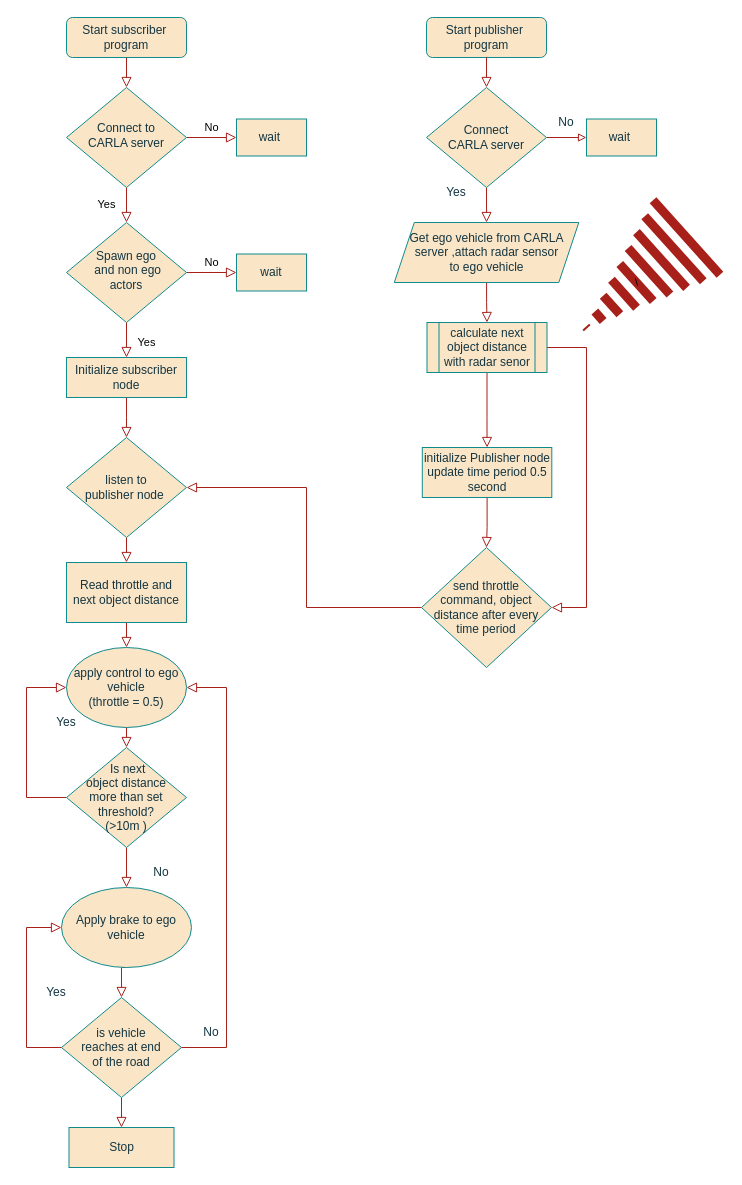
bapukokare/assignment keeps this draw.io diagram as POC.drawio. Above is the earlier version. Source tidied: cells renumbered, new cells numbered last; positions are measured from the earlier drawing's top-left corner, leaving out a move shared by most shapes. Both pictures are drawn from the tidied source at 100%, with x=0, y=0 at pixel (26, 17).
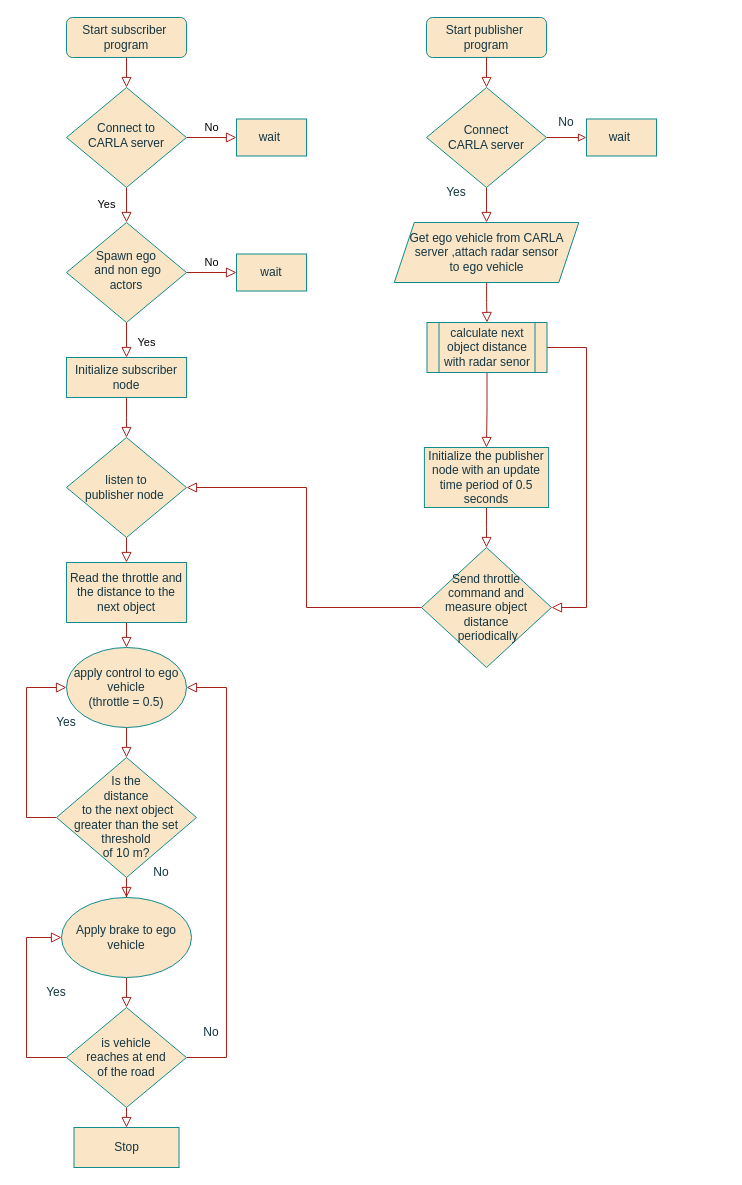
After the change.

Unchanged cells that the change refers to:
```xml
<mxCell id="36" value="apply control to ego vehicle&lt;br&gt;(throttle = 0.5)" style="ellipse;whiteSpace=wrap;html=1;rounded=1;shadow=0;glass=0;strokeWidth=1;fontFamily=Helvetica;fontSize=12;labelBackgroundColor=none;fillColor=#FAE5C7;strokeColor=#0F8B8D;fontColor=#143642;" parent="1" vertex="1">
  <mxGeometry x="40" y="630" width="120" height="80" as="geometry" />
</mxCell>
<mxCell id="49" value="calculate next object distance with radar senor" style="shape=process;whiteSpace=wrap;html=1;backgroundOutline=1;rounded=0;glass=0;strokeWidth=1;shadow=0;labelBackgroundColor=none;fillColor=#FAE5C7;strokeColor=#0F8B8D;fontColor=#143642;" parent="1" vertex="1">
  <mxGeometry x="400.5" y="305" width="120" height="50" as="geometry" />
</mxCell>
```

What changed in the source:
```diff
@@
-    <mxCell id="17" value="Read throttle and next object distance" style="whiteSpace=wrap;html=1;rounded=0;glass=0;strokeWidth=1;shadow=0;labelBackgroundColor=none;fillColor=#FAE5C7;strokeColor=#0F8B8D;fontColor=#143642;" parent="1" vertex="1">
+    <mxCell id="17" value="Read the throttle and the distance to the next object" style="whiteSpace=wrap;html=1;rounded=0;glass=0;strokeWidth=1;shadow=0;labelBackgroundColor=none;fillColor=#FAE5C7;strokeColor=#0F8B8D;fontColor=#143642;" parent="1" vertex="1">
       <mxGeometry x="40" y="545" width="120" height="60" as="geometry" />
     </mxCell>
@@
-    <mxCell id="27" value="initialize Publisher node update time period 0.5 second" style="whiteSpace=wrap;html=1;rounded=0;glass=0;strokeWidth=1;shadow=0;labelBackgroundColor=none;fillColor=#FAE5C7;strokeColor=#0F8B8D;fontColor=#143642;" parent="1" vertex="1">
-      <mxGeometry x="395.8" y="430" width="129.5" height="50" as="geometry" />
+    <mxCell id="27" value="Initialize the publisher node with an update time period of 0.5 seconds" style="whiteSpace=wrap;html=1;rounded=0;glass=0;strokeWidth=1;shadow=0;labelBackgroundColor=none;fillColor=#FAE5C7;strokeColor=#0F8B8D;fontColor=#143642;" parent="1" vertex="1">
+      <mxGeometry x="397.9" y="430" width="124.2" height="60" as="geometry" />
     </mxCell>
@@
-    <mxCell id="29" value="&lt;font style=&quot;font-size: 12px;&quot;&gt;send throttle&lt;br&gt;command, object distance after every time period&lt;/font&gt;" style="rhombus;whiteSpace=wrap;html=1;rounded=0;glass=0;strokeWidth=1;shadow=0;labelBackgroundColor=none;fillColor=#FAE5C7;strokeColor=#0F8B8D;fontColor=#143642;" parent="1" vertex="1">
+    <mxCell id="29" value="Send throttle &lt;br&gt;command and &lt;br&gt;measure object distance&lt;br&gt;&amp;nbsp;periodically" style="rhombus;whiteSpace=wrap;html=1;rounded=0;glass=0;strokeWidth=1;shadow=0;labelBackgroundColor=none;fillColor=#FAE5C7;strokeColor=#0F8B8D;fontColor=#143642;" parent="1" vertex="1">
       <mxGeometry x="395" y="530" width="130" height="120" as="geometry" />
     </mxCell>
@@
     <mxCell id="32" style="edgeStyle=orthogonalEdgeStyle;rounded=0;jettySize=auto;html=1;fontFamily=Helvetica;fontSize=11;fontColor=default;entryX=0;entryY=0.5;entryDx=0;entryDy=0;exitX=0;exitY=0.5;exitDx=0;exitDy=0;labelBackgroundColor=none;endArrow=block;endFill=0;endSize=8;strokeWidth=1;shadow=0;strokeColor=#A8201A;" parent="1" edge="1" source="34" target="36">
       <mxGeometry relative="1" as="geometry">
         <Array as="points">
-          <mxPoint y="780" />
+          <mxPoint y="800" />
           <mxPoint y="670" />
-          <mxPoint x="40" y="670" />
         </Array>
       </mxGeometry>
     </mxCell>
@@
-    <mxCell id="34" value="&amp;nbsp;Is next &lt;br&gt;object&amp;nbsp;distance &lt;br&gt;more than set&lt;br&gt;threshold? &lt;br&gt;(&amp;gt;10m )" style="rhombus;whiteSpace=wrap;html=1;rounded=0;glass=0;strokeWidth=1;shadow=0;labelBackgroundColor=none;fillColor=#FAE5C7;strokeColor=#0F8B8D;fontColor=#143642;" parent="1" vertex="1">
-      <mxGeometry x="40" y="730" width="120" height="100" as="geometry" />
+    <mxCell id="34" value="Is the &lt;br&gt;distance&lt;br&gt;&amp;nbsp;to the next object &lt;br&gt;greater than the set threshold &lt;br&gt;of 10 m?" style="rhombus;whiteSpace=wrap;html=1;rounded=0;glass=0;strokeWidth=1;shadow=0;labelBackgroundColor=none;fillColor=#FAE5C7;strokeColor=#0F8B8D;fontColor=#143642;" parent="1" vertex="1">
+      <mxGeometry x="30" y="740" width="140" height="120" as="geometry" />
     </mxCell>
@@
     <mxCell id="40" value="Apply brake to ego vehicle" style="ellipse;whiteSpace=wrap;html=1;rounded=0;glass=0;strokeWidth=1;shadow=0;labelBackgroundColor=none;fillColor=#FAE5C7;strokeColor=#0F8B8D;fontColor=#143642;" parent="1" vertex="1">
-      <mxGeometry x="35" y="870" width="130" height="80" as="geometry" />
+      <mxGeometry x="35" y="880" width="130" height="80" as="geometry" />
     </mxCell>
     <mxCell id="41" style="edgeStyle=orthogonalEdgeStyle;rounded=0;jettySize=auto;html=1;exitX=0;exitY=0.5;exitDx=0;exitDy=0;entryX=0;entryY=0.5;entryDx=0;entryDy=0;labelBackgroundColor=none;endArrow=block;endFill=0;endSize=8;strokeWidth=1;shadow=0;fontColor=default;strokeColor=#A8201A;" parent="1" edge="1" source="44" target="40">
       <mxGeometry relative="1" as="geometry">
         <Array as="points">
-          <mxPoint y="1030" />
-          <mxPoint y="910" />
+          <mxPoint y="1040" />
+          <mxPoint y="920" />
         </Array>
       </mxGeometry>
     </mxCell>
     <mxCell id="42" style="edgeStyle=orthogonalEdgeStyle;rounded=0;jettySize=auto;html=1;entryX=1;entryY=0.5;entryDx=0;entryDy=0;labelBackgroundColor=none;endArrow=block;endFill=0;endSize=8;strokeWidth=1;shadow=0;fontColor=default;strokeColor=#A8201A;" parent="1" edge="1" source="44" target="36">
       <mxGeometry relative="1" as="geometry">
         <Array as="points">
-          <mxPoint x="200" y="1030" />
+          <mxPoint x="200" y="1040" />
           <mxPoint x="200" y="670" />
         </Array>
       </mxGeometry>
     </mxCell>
@@
     <mxCell id="44" value="is vehicle&lt;br&gt;reaches at end &lt;br&gt;of the road" style="rhombus;whiteSpace=wrap;html=1;rounded=0;glass=0;strokeWidth=1;shadow=0;labelBackgroundColor=none;fillColor=#FAE5C7;strokeColor=#0F8B8D;fontColor=#143642;" parent="1" vertex="1">
-      <mxGeometry x="35" y="980" width="120" height="100" as="geometry" />
+      <mxGeometry x="40" y="990" width="120" height="100" as="geometry" />
     </mxCell>
@@
+    <mxCell id="48" style="edgeStyle=orthogonalEdgeStyle;rounded=0;jettySize=auto;html=1;entryX=1;entryY=0.5;entryDx=0;entryDy=0;labelBackgroundColor=none;endArrow=block;endFill=0;endSize=8;strokeWidth=1;shadow=0;strokeColor=#A8201A;fontColor=default;" parent="1" edge="1" source="49" target="29">
+      <mxGeometry relative="1" as="geometry">
+        <Array as="points">
+          <mxPoint x="560" y="330" />
+          <mxPoint x="560" y="590" />
+        </Array>
+      </mxGeometry>
+    </mxCell>
-    <mxCell id="47" style="edgeStyle=orthogonalEdgeStyle;rounded=0;jettySize=auto;html=1;exitX=0.5;exitY=1;exitDx=0;exitDy=0;entryX=0.5;entryY=0;entryDx=0;entryDy=0;labelBackgroundColor=none;endArrow=block;endFill=0;endSize=8;strokeWidth=1;shadow=0;fontColor=default;strokeColor=#A8201A;" parent="1" edge="1" source="49" target="27">
-      <mxGeometry relative="1" as="geometry">
-        <Array as="points">
-          <mxPoint x="460" y="400" />
-          <mxPoint x="460" y="400" />
-        </Array>
-      </mxGeometry>
+    <mxCell id="47" style="edgeStyle=orthogonalEdgeStyle;rounded=0;jettySize=auto;html=1;entryX=0.5;entryY=0;entryDx=0;entryDy=0;labelBackgroundColor=none;endArrow=block;strokeColor=#A8201A;endFill=0;endSize=8;strokeWidth=1;shadow=0;" parent="1" edge="1" source="49" target="27">
+      <mxGeometry relative="1" as="geometry" />
     </mxCell>
-    <mxCell id="48" style="edgeStyle=orthogonalEdgeStyle;rounded=0;jettySize=auto;html=1;entryX=1;entryY=0.5;entryDx=0;entryDy=0;labelBackgroundColor=none;endArrow=block;endFill=0;endSize=8;strokeWidth=1;shadow=0;strokeColor=#A8201A;fontColor=default;" parent="1" edge="1" source="49" target="29">
-      <mxGeometry relative="1" as="geometry">
-        <Array as="points">
-          <mxPoint x="560" y="330" />
-          <mxPoint x="560" y="590" />
-        </Array>
-      </mxGeometry>
-    </mxCell>
@@
-    <mxCell id="50" value="\" style="shape=mxgraph.arrows2.wedgeArrowDashed2;html=1;startWidth=50;stepSize=15;rounded=0;strokeWidth=9;labelBackgroundColor=none;fontColor=default;fillColor=#FAE5C7;strokeColor=#A8201A;" parent="1" edge="1">
-      <mxGeometry relative="1" as="geometry">
-        <mxPoint x="660" y="220" as="sourcePoint" />
-        <mxPoint x="560" y="310" as="targetPoint" />
-      </mxGeometry>
-    </mxCell>
-    <mxCell id="51" value="&lt;p style=&quot;line-height: 30%;&quot;&gt;&lt;br&gt;&lt;/p&gt;" style="edgeLabel;html=1;align=center;verticalAlign=middle;fontColor=#143642;" parent="50" vertex="1">
-      <mxGeometry x="-0.36" y="7" relative="1" as="geometry">
-        <mxPoint x="-1" as="offset" />
-      </mxGeometry>
-    </mxCell>
     <mxCell id="52" value="Stop" style="whiteSpace=wrap;html=1;rounded=0;glass=0;strokeWidth=1;shadow=0;labelBackgroundColor=none;fillColor=#FAE5C7;strokeColor=#0F8B8D;fontColor=#143642;" parent="1" vertex="1">
-      <mxGeometry x="42.5" y="1110" width="105" height="40" as="geometry" />
+      <mxGeometry x="47.5" y="1110" width="105" height="40" as="geometry" />
     </mxCell>
```
